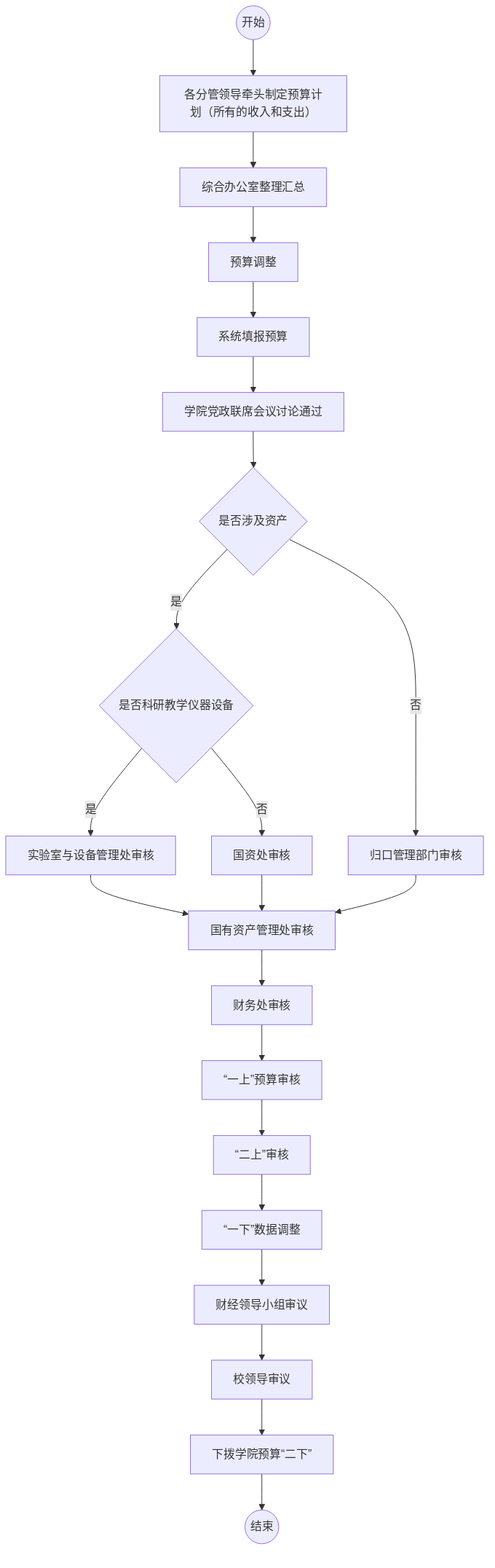
Earlier version of the Mermaid export outline2flow/flow_outputs/page_5.png (AmyIvan/work1). Its source is kept beside it as outline2flow/mmd_outputs/page_5.mmd. The source it was exported from:
```mermaid
flowchart TD
    Start((开始))
    A[各分管领导牵头制定预算计划（所有的收入和支出）]
    B[综合办公室整理汇总]
    C[预算调整]
    D[系统填报预算]
    E[学院党政联席会议讨论通过]
    F{是否涉及资产}
    G{是否科研教学仪器设备}
    H[实验室与设备管理处审核]
    I[国资处审核]
    J[归口管理部门审核]
    K[国有资产管理处审核]
    L[财务处审核]
    M["“一上”预算审核"]
    N["“二上”审核"]
    O["“一下”数据调整"]
    P[财经领导小组审议]
    Q[校领导审议]
    R[下拨学院预算“二下”]
    End((结束))

    Start --> A --> B --> C --> D --> E --> F
    F -->|是| G
    G -->|是| H
    G -->|否| I
    F -->|否| J
    H --> K
    I --> K
    J --> K
    K --> L
    L --> M --> N --> O --> P --> Q --> R --> End
```
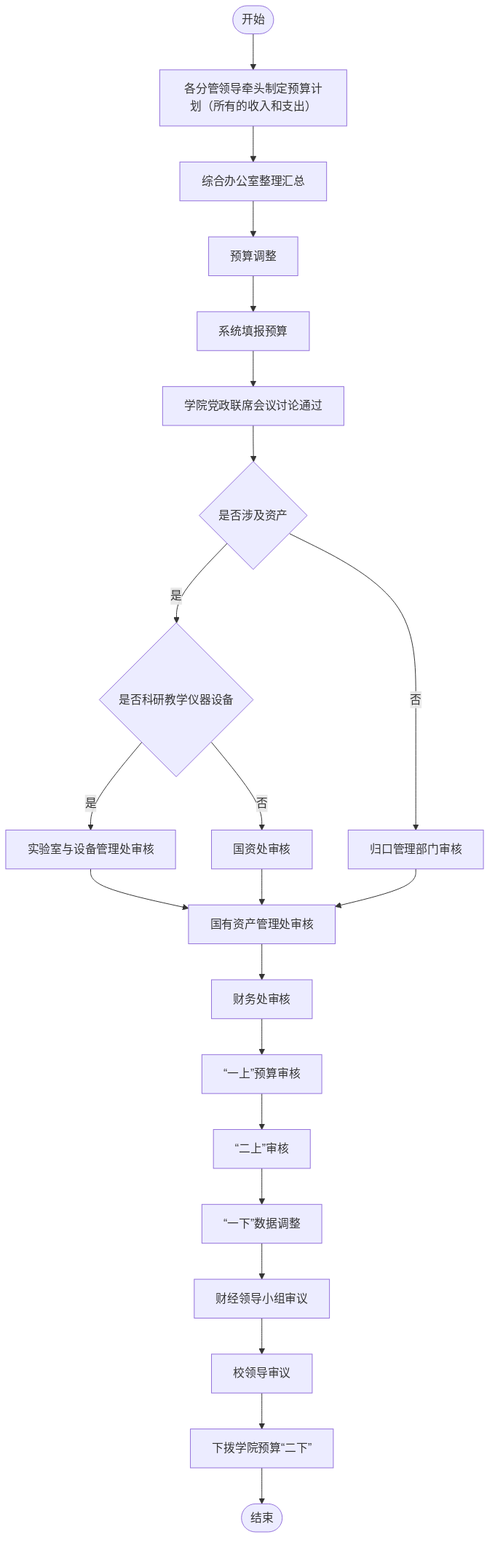
After the commit.

What changed in the source:
```diff
@@ -1,5 +1,5 @@
 flowchart TD
-    Start((开始))
+    Start([开始])
     A[各分管领导牵头制定预算计划（所有的收入和支出）]
     B[综合办公室整理汇总]
     C[预算调整]
@@ -17,14 +17,14 @@
     O["“一下”数据调整"]
     P[财经领导小组审议]
     Q[校领导审议]
-    R[下拨学院预算“二下”]
-    End((结束))
+    R["下拨学院预算“二下”"]
+    End([结束])
 
     Start --> A --> B --> C --> D --> E --> F
     F -->|是| G
+    F -->|否| J
     G -->|是| H
     G -->|否| I
-    F -->|否| J
     H --> K
     I --> K
     J --> K
```
